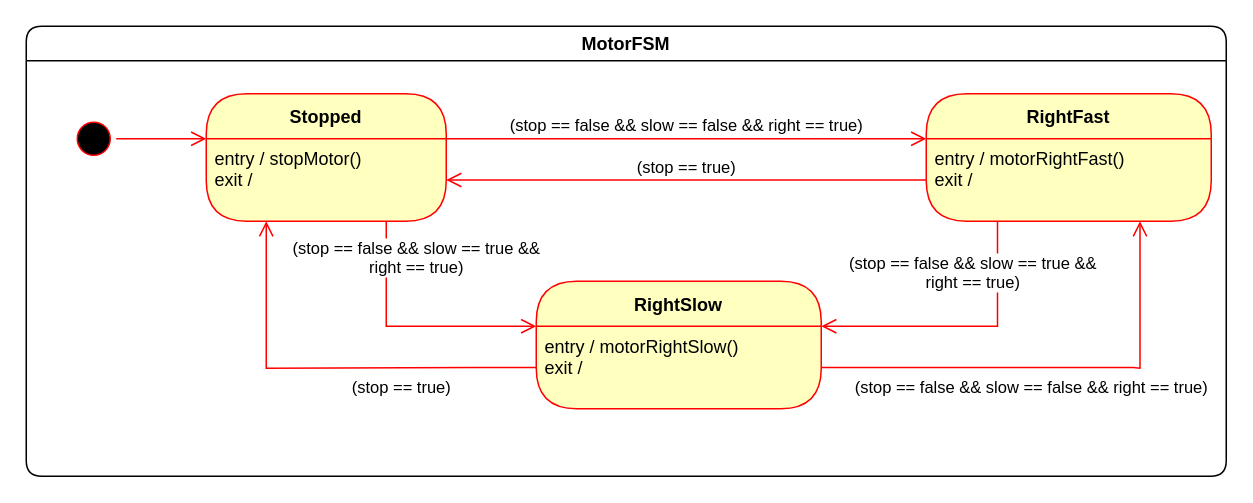
Above: page "motor" (2 of 3) of docs/diagrams/fsm/state_machines.drawio in u2knwy/ESEP-2023SoSe-Team-2-1 (draw.io), before the change. Source tidied: cells renumbered, new cells numbered last; positions are measured from the earlier drawing's top-left corner, leaving out a move shared by most shapes. Both pictures are drawn from the tidied source at 150%, with x=0, y=0 at pixel (26, 26).
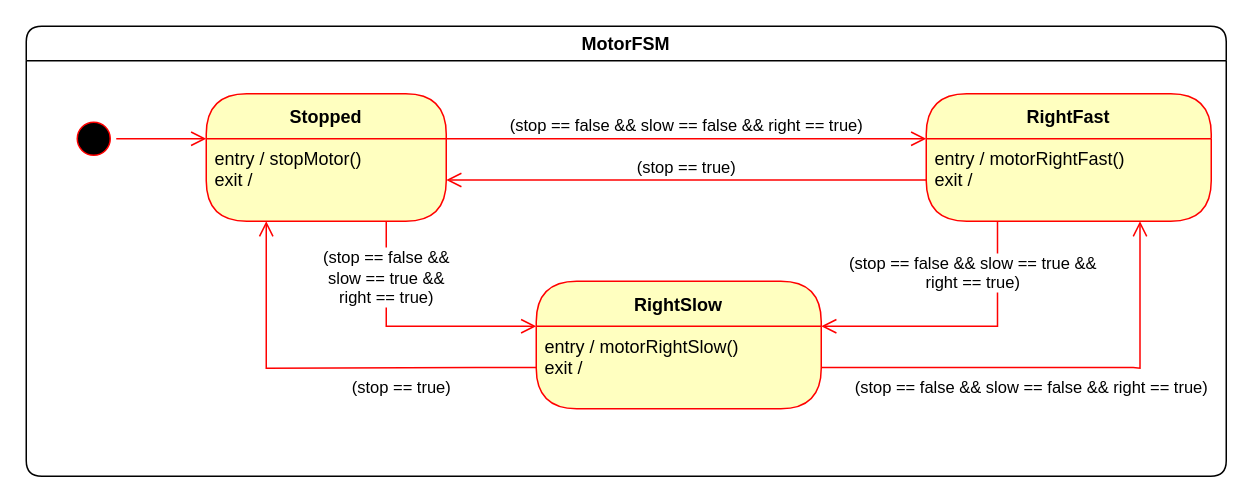
After the change.

The change refers to these unchanged cells:
```xml
<mxCell id="2" value="MotorFSM" style="swimlane;rounded=1;fillColor=none;startSize=23;" parent="1" vertex="1">
  <mxGeometry width="800" height="300" as="geometry" />
</mxCell>
<mxCell id="5" value="&lt;div style=&quot;&quot;&gt;&lt;span style=&quot;background-color: initial;&quot;&gt;entry / stopMotor()&lt;/span&gt;&lt;/div&gt;exit /" style="text;html=1;strokeColor=none;fillColor=none;align=left;verticalAlign=top;spacingLeft=4;spacingRight=4;whiteSpace=wrap;overflow=hidden;fontColor=#000000;" parent="4" vertex="1">
  <mxGeometry y="30" width="160" height="55" as="geometry" />
</mxCell>
<mxCell id="9" value="entry / motorRightSlow()&lt;br&gt;exit /" style="text;html=1;strokeColor=none;fillColor=none;align=left;verticalAlign=top;spacingLeft=4;spacingRight=4;whiteSpace=wrap;overflow=hidden;fontColor=#000000;" parent="8" vertex="1">
  <mxGeometry y="30" width="190" height="55" as="geometry" />
</mxCell>
```

Diff of the diagram source:
```diff
@@
-    <mxCell id="10" value="(stop == false &amp;amp;&amp;amp; slow == true &amp;amp;&amp;amp; &lt;br&gt;right == true)" style="edgeStyle=orthogonalEdgeStyle;html=1;verticalAlign=bottom;endArrow=open;endSize=8;strokeColor=#ff0000;rounded=0;entryX=0;entryY=0;entryDx=0;entryDy=0;exitX=0.75;exitY=1;exitDx=0;exitDy=0;" parent="2" edge="1" source="5" target="9">
-      <mxGeometry x="-0.53" y="20" relative="1" as="geometry">
+    <mxCell id="10" value="(stop == false &amp;amp;&amp;amp; &lt;br&gt;slow == true &amp;amp;&amp;amp; &lt;br&gt;right == true)" style="edgeStyle=orthogonalEdgeStyle;html=1;verticalAlign=bottom;endArrow=open;endSize=8;strokeColor=#ff0000;rounded=0;entryX=0;entryY=0;entryDx=0;entryDy=0;exitX=0.75;exitY=1;exitDx=0;exitDy=0;" parent="2" edge="1" source="5" target="9">
+      <mxGeometry x="-0.29" relative="1" as="geometry">
         <Array as="points">
           <mxPoint x="240" y="200" />
         </Array>
       </mxGeometry>
     </mxCell>
```
